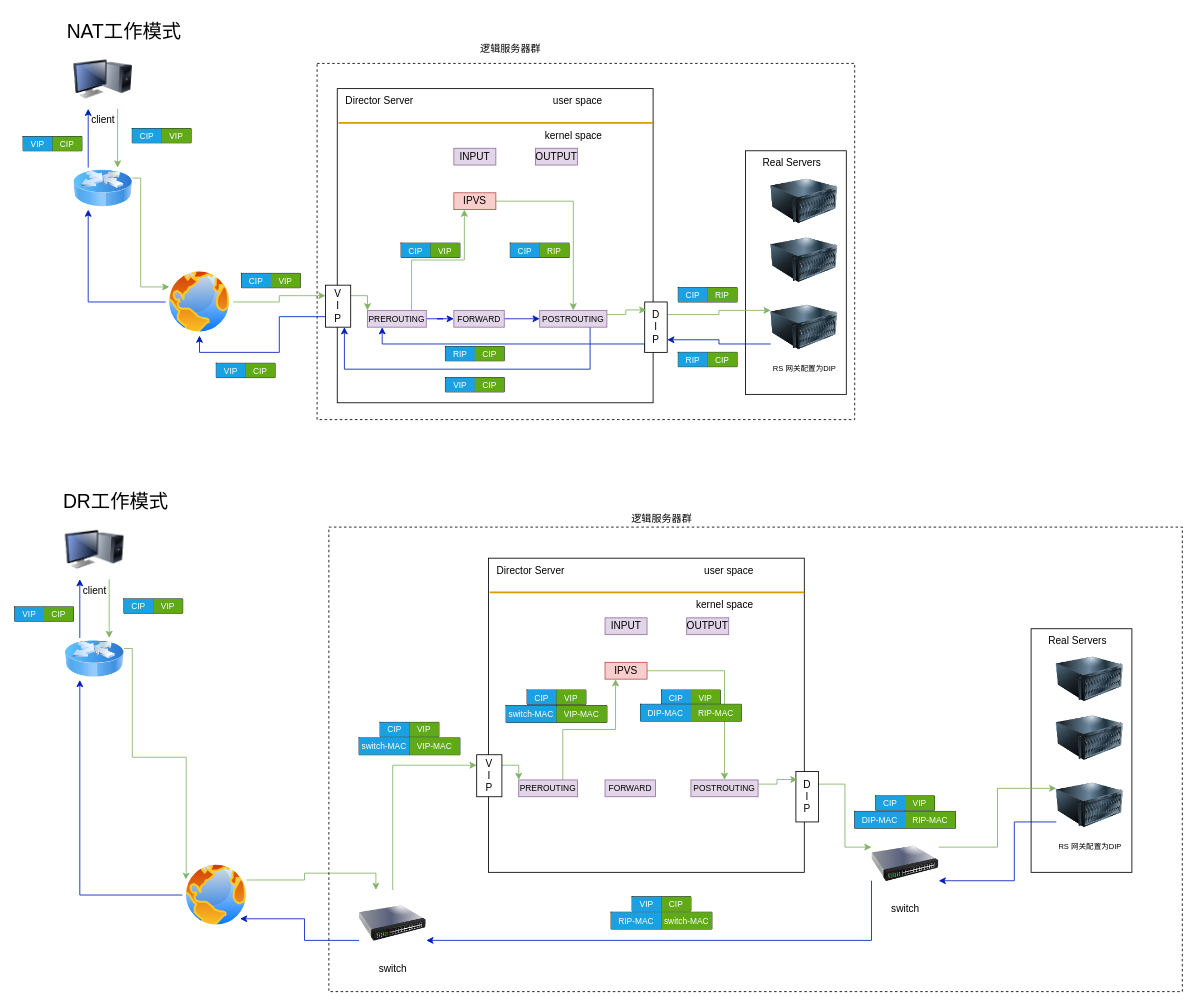
The draw.io diagram 流程图/lvs各工作模式原理图.drawio in xiecheesejohn/drawio, before the edit. Source tidied: cells renumbered, new cells numbered last; positions are measured from the earlier drawing's top-left corner, leaving out a move shared by most shapes. Both pictures are drawn from the tidied source at 84%, with x=0, y=0 at pixel (14, 14).
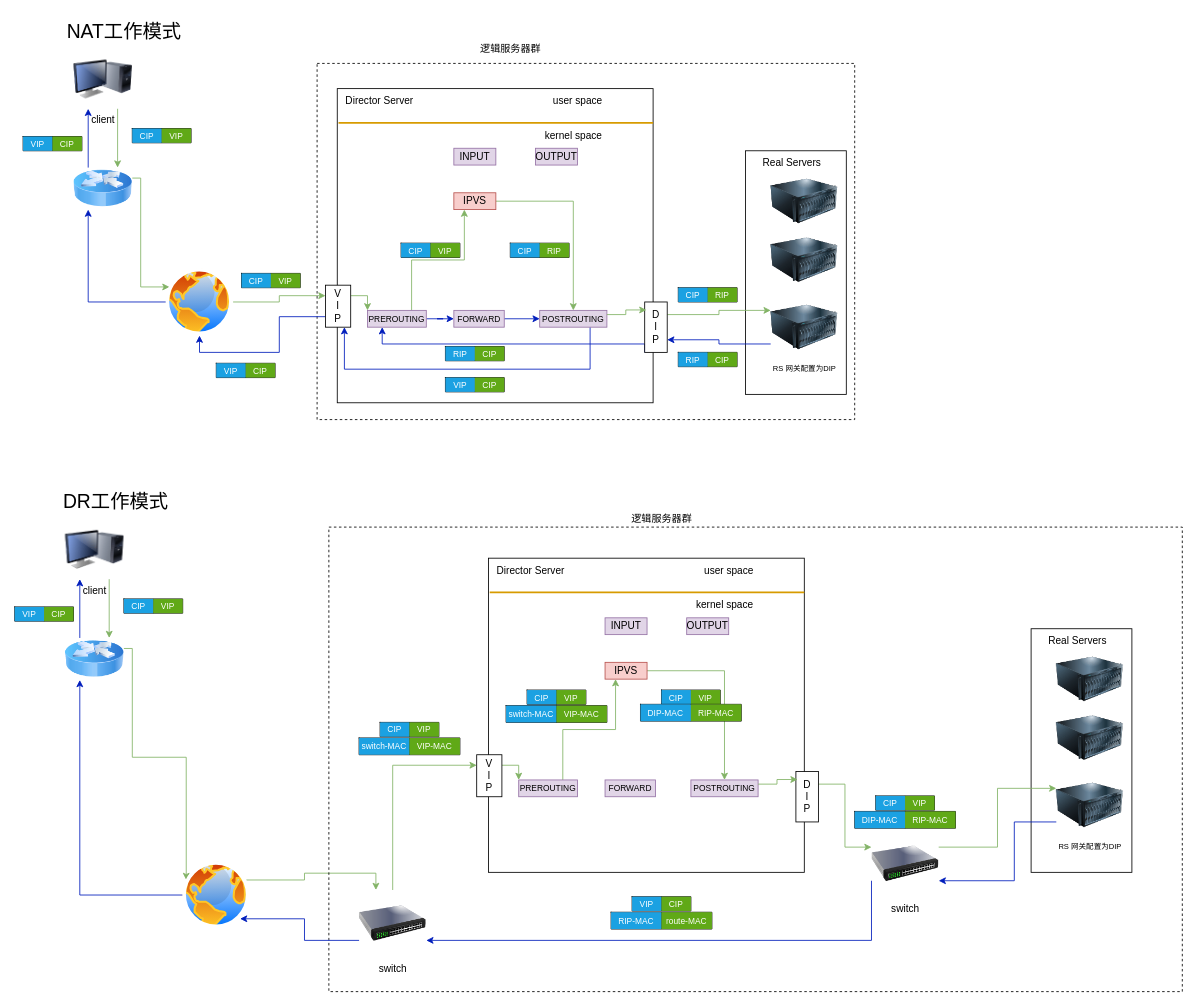
After the change.

Commit message (it also covers changes not shown here):
更新lvs各工作模式原理图.drawio

The change refers to these unchanged cells:
```xml
<mxCell id="170" style="shape=tableRow;horizontal=0;startSize=0;swimlaneHead=0;swimlaneBody=0;strokeColor=inherit;top=0;left=0;bottom=0;right=0;fillColor=none;fontSize=16;" parent="169" vertex="1">
  <mxGeometry width="120" height="20" as="geometry" />
</mxCell>
```

What changed in the source:
```diff
@@
-    <mxCell id="172" value="&lt;font style=&quot;font-size: 10px;&quot;&gt;switch-MAC&lt;/font&gt;" style="shape=partialRectangle;html=1;whiteSpace=wrap;strokeColor=#2D7600;overflow=hidden;fillColor=#60a917;top=0;left=0;bottom=0;right=0;fontSize=10;fontColor=#ffffff;" parent="170" vertex="1">
+    <mxCell id="172" value="&lt;font style=&quot;font-size: 10px;&quot;&gt;route-MAC&lt;/font&gt;" style="shape=partialRectangle;html=1;whiteSpace=wrap;strokeColor=#2D7600;overflow=hidden;fillColor=#60a917;top=0;left=0;bottom=0;right=0;fontSize=10;fontColor=#ffffff;" parent="170" vertex="1">
       <mxGeometry x="60" width="60" height="20" as="geometry" />
     </mxCell>
```
